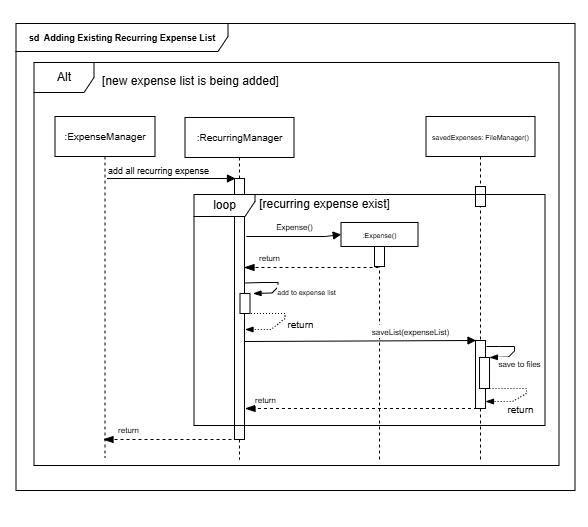
parasytezz/tp keeps this draw.io diagram as docs/Images(DG)/AddExpenseRef2.drawio.png. Above is the earlier version. Source tidied: cells renumbered, new cells last; positions are measured from the earlier drawing's top-left corner, leaving out a move shared by most shapes. The source it was exported from:
```xml
<mxGraphModel background="#ffffff">
  <root>
    <mxCell id="0" />
    <mxCell id="1" parent="0" />
    <mxCell id="2" style="rounded=0;whiteSpace=wrap;html=1;opacity=0;labelBackgroundColor=none;" parent="1" vertex="1">
      <mxGeometry width="586.5" height="526" as="geometry" />
    </mxCell>
    <mxCell id="3" value="&lt;font style=&quot;font-size: 10px;&quot;&gt;:ExpenseManager&lt;/font&gt;" style="shape=umlLifeline;perimeter=lifelinePerimeter;whiteSpace=wrap;html=1;newEdgeStyle={&quot;curved&quot;:0,&quot;rounded&quot;:0};" parent="1" vertex="1">
      <mxGeometry x="54.5" y="116" width="100" height="341" as="geometry" />
    </mxCell>
    <mxCell id="4" value="&lt;font style=&quot;font-size: 10px;&quot;&gt;:RecurringManager&lt;/font&gt;" style="shape=umlLifeline;perimeter=lifelinePerimeter;whiteSpace=wrap;html=1;newEdgeStyle={&quot;curved&quot;:0,&quot;rounded&quot;:0};" parent="1" vertex="1">
      <mxGeometry x="184.5" y="117" width="109" height="342" as="geometry" />
    </mxCell>
    <mxCell id="5" style="html=1;perimeter=orthogonalPerimeter;targetShapes=umlLifeline;newEdgeStyle={&quot;curved&quot;:0,&quot;rounded&quot;:0};" parent="4" vertex="1">
      <mxGeometry x="49.5" y="61" width="10" height="261" as="geometry" />
    </mxCell>
    <mxCell id="6" style="html=1;perimeter=orthogonalPerimeter;targetShapes=umlLifeline;newEdgeStyle={&quot;curved&quot;:0,&quot;rounded&quot;:0};" parent="4" vertex="1">
      <mxGeometry x="55" y="176" width="10" height="20" as="geometry" />
    </mxCell>
    <mxCell id="7" value="&lt;font style=&quot;font-size: 7px;&quot;&gt;add to expense list&lt;/font&gt;" style="html=1;verticalAlign=bottom;endArrow=blockThin;curved=0;rounded=0;endFill=1;" parent="4" edge="1">
      <mxGeometry x="0.15" y="32" relative="1" as="geometry">
        <mxPoint x="60" y="165.5" as="sourcePoint" />
        <mxPoint x="68" y="176" as="targetPoint" />
        <Array as="points">
          <mxPoint x="78" y="165" />
          <mxPoint x="93" y="165" />
          <mxPoint x="93" y="169.5" />
          <mxPoint x="87" y="175.5" />
        </Array>
        <mxPoint x="6" y="-9" as="offset" />
      </mxGeometry>
    </mxCell>
    <mxCell id="8" value="&lt;font style=&quot;font-size: 10px;&quot;&gt;return&lt;/font&gt;" style="html=1;verticalAlign=bottom;endArrow=blockThin;curved=0;rounded=0;exitX=1;exitY=0;exitDx=0;exitDy=5;exitPerimeter=0;endFill=1;dashed=1;dashPattern=1 2;" parent="4" edge="1">
      <mxGeometry x="0.01" y="22" relative="1" as="geometry">
        <mxPoint x="60" y="196" as="sourcePoint" />
        <mxPoint x="60" y="212" as="targetPoint" />
        <Array as="points">
          <mxPoint x="75" y="196" />
          <mxPoint x="100" y="196" />
          <mxPoint x="100" y="201" />
          <mxPoint x="86" y="212" />
        </Array>
        <mxPoint x="2" y="-2" as="offset" />
      </mxGeometry>
    </mxCell>
    <mxCell id="9" value="&lt;span style=&quot;font-weight: 700; text-wrap-mode: nowrap;&quot;&gt;&lt;font style=&quot;font-size: 9px;&quot;&gt;sd&amp;nbsp; Adding Existing Recurring Expense List&lt;/font&gt;&lt;/span&gt;" style="shape=umlFrame;whiteSpace=wrap;html=1;width=212;height=28;" parent="1" vertex="1">
      <mxGeometry x="15.5" y="23" width="559" height="467" as="geometry" />
    </mxCell>
    <mxCell id="10" value="Alt" style="shape=umlFrame;whiteSpace=wrap;html=1;" parent="1" vertex="1">
      <mxGeometry x="33.5" y="62" width="525" height="403" as="geometry" />
    </mxCell>
    <mxCell id="11" value="[new expense list is being added]" style="text;html=1;align=center;verticalAlign=middle;strokeColor=none;fillColor=none;" parent="1" vertex="1">
      <mxGeometry x="92.5" y="68" width="195" height="26" as="geometry" />
    </mxCell>
    <mxCell id="12" value="&lt;font style=&quot;font-size: 9px;&quot;&gt;add all recurring expense&lt;/font&gt;" style="html=1;verticalAlign=bottom;endArrow=block;curved=0;rounded=0;" parent="1" edge="1">
      <mxGeometry x="-0.21" y="-1" relative="1" as="geometry">
        <mxPoint x="106.5" y="178" as="sourcePoint" />
        <mxPoint x="235" y="178" as="targetPoint" />
        <Array as="points">
          <mxPoint x="185.5" y="178" />
        </Array>
      </mxGeometry>
    </mxCell>
    <mxCell id="13" value="&lt;font style=&quot;font-size: 7px;&quot;&gt;savedExpenses: FileManager()&lt;/font&gt;" style="shape=umlLifeline;perimeter=lifelinePerimeter;whiteSpace=wrap;html=1;newEdgeStyle={&quot;curved&quot;:0,&quot;rounded&quot;:0};" parent="1" vertex="1">
      <mxGeometry x="425.5" y="116" width="109" height="344" as="geometry" />
    </mxCell>
    <mxCell id="14" style="html=1;perimeter=orthogonalPerimeter;targetShapes=umlLifeline;newEdgeStyle={&quot;curved&quot;:0,&quot;rounded&quot;:0};" parent="13" vertex="1">
      <mxGeometry x="49.5" y="70" width="10" height="20" as="geometry" />
    </mxCell>
    <mxCell id="15" style="html=1;perimeter=orthogonalPerimeter;targetShapes=umlLifeline;newEdgeStyle={&quot;curved&quot;:0,&quot;rounded&quot;:0};" parent="13" vertex="1">
      <mxGeometry x="49.5" y="224" width="10" height="68" as="geometry" />
    </mxCell>
    <mxCell id="16" value="&lt;font style=&quot;font-size: 8px;&quot;&gt;save to files&lt;/font&gt;" style="html=1;verticalAlign=bottom;endArrow=blockThin;curved=0;rounded=0;endFill=1;" parent="13" edge="1">
      <mxGeometry x="0.37" y="19" relative="1" as="geometry">
        <mxPoint x="60.5" y="230" as="sourcePoint" />
        <mxPoint x="63.5" y="241" as="targetPoint" />
        <Array as="points">
          <mxPoint x="73.5" y="230" />
          <mxPoint x="88.5" y="230" />
          <mxPoint x="88.5" y="234.5" />
          <mxPoint x="82.5" y="240.5" />
        </Array>
        <mxPoint x="11" y="-3" as="offset" />
      </mxGeometry>
    </mxCell>
    <mxCell id="17" value="&lt;font style=&quot;font-size: 10px;&quot;&gt;return&lt;/font&gt;" style="html=1;verticalAlign=bottom;endArrow=blockThin;curved=0;rounded=0;exitX=1;exitY=0;exitDx=0;exitDy=5;exitPerimeter=0;endFill=1;dashed=1;dashPattern=1 2;" parent="13" edge="1">
      <mxGeometry x="0.39" y="19" relative="1" as="geometry">
        <mxPoint x="60.5" y="272" as="sourcePoint" />
        <mxPoint x="59.5" y="285" as="targetPoint" />
        <Array as="points">
          <mxPoint x="75.5" y="272" />
          <mxPoint x="100.5" y="272" />
          <mxPoint x="100.5" y="277" />
          <mxPoint x="86.5" y="285" />
        </Array>
        <mxPoint x="8" y="-2" as="offset" />
      </mxGeometry>
    </mxCell>
    <mxCell id="18" style="html=1;perimeter=orthogonalPerimeter;targetShapes=umlLifeline;newEdgeStyle={&quot;curved&quot;:0,&quot;rounded&quot;:0};" parent="13" vertex="1">
      <mxGeometry x="53.5" y="241" width="10" height="31" as="geometry" />
    </mxCell>
    <mxCell id="19" value="&lt;font style=&quot;font-size: 7px;&quot;&gt;:Expense()&lt;/font&gt;" style="shape=umlLifeline;perimeter=lifelinePerimeter;whiteSpace=wrap;html=1;newEdgeStyle={&quot;curved&quot;:0,&quot;rounded&quot;:0};size=24;" parent="1" vertex="1">
      <mxGeometry x="340.5" y="222" width="77" height="238" as="geometry" />
    </mxCell>
    <mxCell id="20" style="html=1;perimeter=orthogonalPerimeter;targetShapes=umlLifeline;newEdgeStyle={&quot;curved&quot;:0,&quot;rounded&quot;:0};" parent="19" vertex="1">
      <mxGeometry x="33.5" y="24" width="10" height="20" as="geometry" />
    </mxCell>
    <mxCell id="21" value="&lt;font style=&quot;font-size: 8px;&quot;&gt;Expense()&lt;/font&gt;" style="html=1;verticalAlign=bottom;endArrow=block;curved=0;rounded=0;" parent="1" edge="1">
      <mxGeometry y="1" relative="1" as="geometry">
        <mxPoint x="245.8" y="236" as="sourcePoint" />
        <mxPoint x="340.8" y="234" as="targetPoint" />
        <Array as="points">
          <mxPoint x="324.7" y="236" />
        </Array>
      </mxGeometry>
    </mxCell>
    <mxCell id="22" value="&lt;font style=&quot;font-size: 8px;&quot;&gt;return&lt;/font&gt;" style="html=1;verticalAlign=bottom;endArrow=blockThin;dashed=1;endSize=8;curved=0;rounded=0;endFill=1;" parent="1" edge="1">
      <mxGeometry x="0.63" y="-1" relative="1" as="geometry">
        <mxPoint x="237" y="439" as="sourcePoint" />
        <mxPoint x="102.5" y="439" as="targetPoint" />
      </mxGeometry>
    </mxCell>
    <mxCell id="23" value="loop" style="shape=umlFrame;whiteSpace=wrap;html=1;width=61;height=22;" parent="1" vertex="1">
      <mxGeometry x="193.5" y="194" width="351" height="231" as="geometry" />
    </mxCell>
    <mxCell id="24" value="[recurring expense exist]" style="text;html=1;align=center;verticalAlign=middle;strokeColor=none;fillColor=none;" parent="1" vertex="1">
      <mxGeometry x="249.5" y="191" width="149" height="26" as="geometry" />
    </mxCell>
    <mxCell id="25" value="&lt;font style=&quot;font-size: 8px;&quot;&gt;return&lt;/font&gt;" style="html=1;verticalAlign=bottom;endArrow=blockThin;dashed=1;endSize=8;curved=0;rounded=0;endFill=1;" parent="1" edge="1">
      <mxGeometry x="0.63" y="-1" relative="1" as="geometry">
        <mxPoint x="378" y="267" as="sourcePoint" />
        <mxPoint x="243.5" y="267" as="targetPoint" />
      </mxGeometry>
    </mxCell>
    <mxCell id="26" value="&lt;font style=&quot;font-size: 8px;&quot;&gt;saveList(expenseList)&lt;/font&gt;" style="html=1;verticalAlign=bottom;endArrow=block;curved=0;rounded=0;entryX=0;entryY=0;entryDx=0;entryDy=5;entryPerimeter=0;" parent="1" edge="1">
      <mxGeometry x="0.44" relative="1" as="geometry">
        <mxPoint x="244.5" y="341" as="sourcePoint" />
        <mxPoint x="475.5" y="340" as="targetPoint" />
      </mxGeometry>
    </mxCell>
    <mxCell id="27" value="&lt;font style=&quot;font-size: 8px;&quot;&gt;return&lt;/font&gt;" style="html=1;verticalAlign=bottom;endArrow=blockThin;dashed=1;endSize=8;curved=0;rounded=0;endFill=1;" parent="1" edge="1">
      <mxGeometry x="0.82" relative="1" as="geometry">
        <mxPoint x="476.5" y="408" as="sourcePoint" />
        <mxPoint x="244.5" y="408" as="targetPoint" />
      </mxGeometry>
    </mxCell>
  </root>
</mxGraphModel>
```
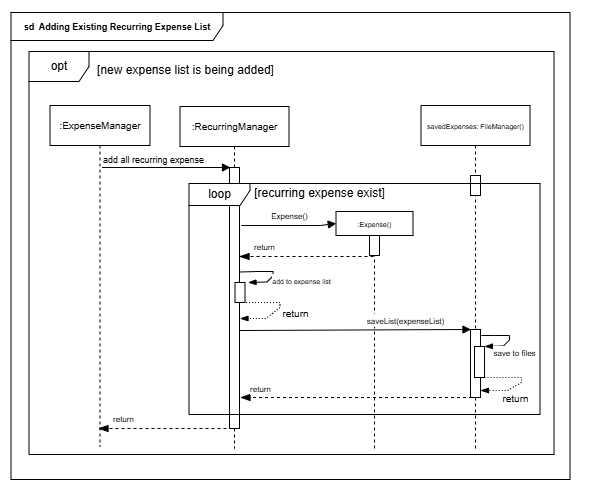
After the commit.

Commit message:
added list command sequence diagram for expense manager

Diff of the diagram source:
```diff
@@ -2,9 +2,9 @@
   <root>
     <mxCell id="0" />
     <mxCell id="1" parent="0" />
-    <mxCell id="2" style="rounded=0;whiteSpace=wrap;html=1;opacity=0;labelBackgroundColor=none;" parent="1" vertex="1">
-      <mxGeometry width="586.5" height="526" as="geometry" />
-    </mxCell>
+    <mxCell id="28" style="rounded=0;whiteSpace=wrap;html=1;opacity=0;labelBackgroundColor=none;" parent="1" vertex="1">
+      <mxGeometry x="5" y="11" width="589" height="495" as="geometry" />
+    </mxCell>
     <mxCell id="3" value="&lt;font style=&quot;font-size: 10px;&quot;&gt;:ExpenseManager&lt;/font&gt;" style="shape=umlLifeline;perimeter=lifelinePerimeter;whiteSpace=wrap;html=1;newEdgeStyle={&quot;curved&quot;:0,&quot;rounded&quot;:0};" parent="1" vertex="1">
       <mxGeometry x="54.5" y="116" width="100" height="341" as="geometry" />
     </mxCell>
@@ -46,7 +46,7 @@
     <mxCell id="9" value="&lt;span style=&quot;font-weight: 700; text-wrap-mode: nowrap;&quot;&gt;&lt;font style=&quot;font-size: 9px;&quot;&gt;sd&amp;nbsp; Adding Existing Recurring Expense List&lt;/font&gt;&lt;/span&gt;" style="shape=umlFrame;whiteSpace=wrap;html=1;width=212;height=28;" parent="1" vertex="1">
       <mxGeometry x="15.5" y="23" width="559" height="467" as="geometry" />
     </mxCell>
-    <mxCell id="10" value="Alt" style="shape=umlFrame;whiteSpace=wrap;html=1;" parent="1" vertex="1">
+    <mxCell id="10" value="opt" style="shape=umlFrame;whiteSpace=wrap;html=1;" parent="1" vertex="1">
       <mxGeometry x="33.5" y="62" width="525" height="403" as="geometry" />
     </mxCell>
     <mxCell id="11" value="[new expense list is being added]" style="text;html=1;align=center;verticalAlign=middle;strokeColor=none;fillColor=none;" parent="1" vertex="1">
```
